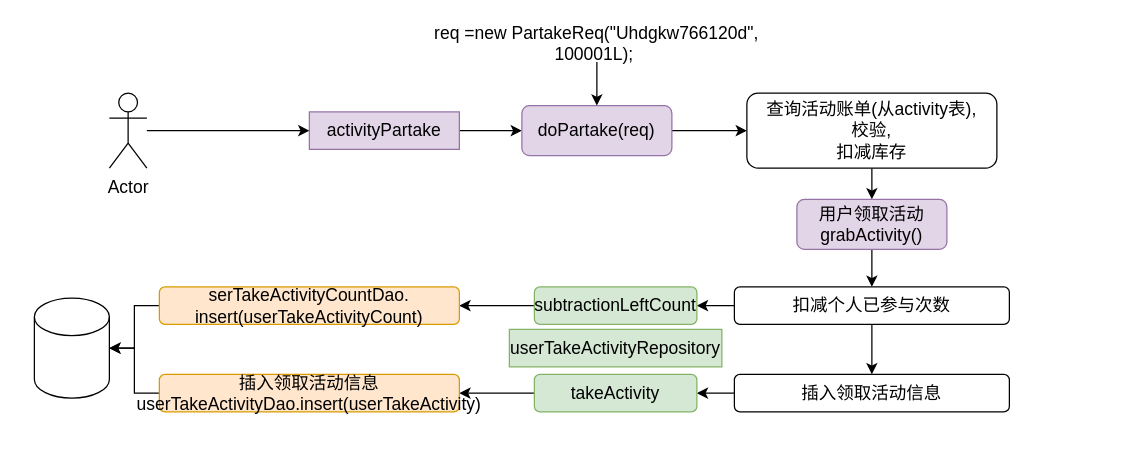
Before: 领取活动.drawio in TouyamaRie/My_pictures, a draw.io diagram. Source tidied: cells renumbered, new cells numbered last; positions are measured from the earlier drawing's top-left corner, leaving out a move shared by most shapes. Both pictures are drawn from the tidied source at 125%, with x=0, y=0 at pixel (34, 24).
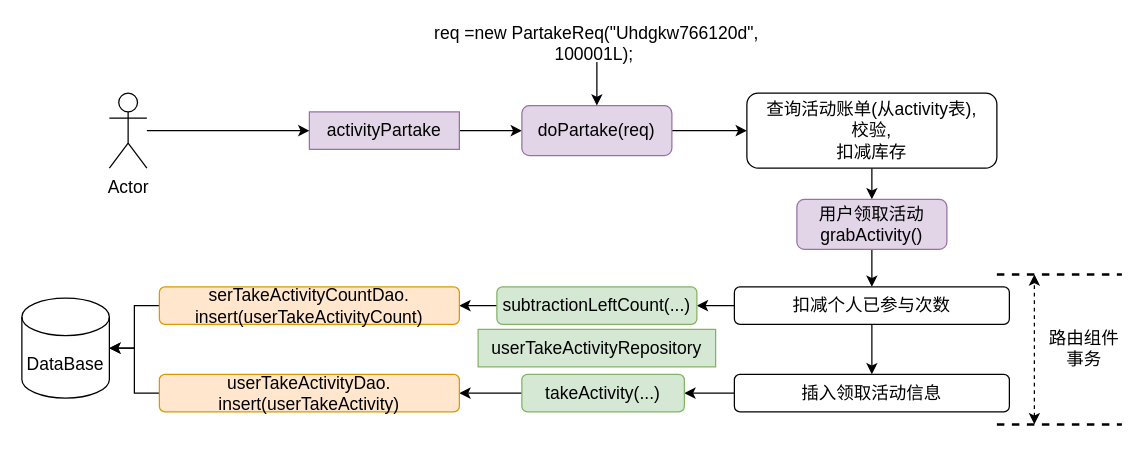
Above is the later version.

Commit message:
更新领取活动.drawio

Change to the diagram source:
```diff
@@
     <mxCell id="17" value="userTakeActivityRepository" style="rounded=0;whiteSpace=wrap;html=1;fillColor=#d5e8d4;strokeColor=#82b366;strokeWidth=1;fontSize=14;fontStyle=0;" parent="1" vertex="1">
-      <mxGeometry x="380" y="244" width="170" height="30" as="geometry" />
+      <mxGeometry x="355" y="244" width="190" height="30" as="geometry" />
     </mxCell>
@@
-    <mxCell id="19" value="subtractionLeftCount" style="rounded=1;whiteSpace=wrap;html=1;fillColor=#d5e8d4;strokeColor=#82b366;strokeWidth=1;fontSize=14;fontStyle=0;" parent="1" vertex="1">
-      <mxGeometry x="400" y="210" width="130" height="30" as="geometry" />
+    <mxCell id="19" value="subtractionLeftCount(...)" style="rounded=1;whiteSpace=wrap;html=1;fillColor=#d5e8d4;strokeColor=#82b366;strokeWidth=1;fontSize=14;fontStyle=0;" parent="1" vertex="1">
+      <mxGeometry x="370" y="210" width="160" height="30" as="geometry" />
     </mxCell>
@@
-    <mxCell id="21" value="takeActivity" style="rounded=1;whiteSpace=wrap;html=1;fillColor=#d5e8d4;strokeColor=#82b366;strokeWidth=1;fontSize=14;fontStyle=0;" parent="1" vertex="1">
-      <mxGeometry x="400" y="280" width="130" height="30" as="geometry" />
+    <mxCell id="21" value="takeActivity(...)" style="rounded=1;whiteSpace=wrap;html=1;fillColor=#d5e8d4;strokeColor=#82b366;strokeWidth=1;fontSize=14;fontStyle=0;" parent="1" vertex="1">
+      <mxGeometry x="390" y="280" width="130" height="30" as="geometry" />
     </mxCell>
@@
-    <mxCell id="25" value="插入领取活动信息&lt;br style=&quot;font-size: 14px;&quot;&gt;userTakeActivityDao.insert(userTakeActivity)" style="rounded=1;whiteSpace=wrap;html=1;fillColor=#ffe6cc;strokeColor=#d79b00;strokeWidth=1;fontSize=14;fontStyle=0;" parent="1" vertex="1">
+    <mxCell id="25" value="userTakeActivityDao.&lt;br&gt;insert(userTakeActivity)" style="rounded=1;whiteSpace=wrap;html=1;fillColor=#ffe6cc;strokeColor=#d79b00;strokeWidth=1;fontSize=14;fontStyle=0;" parent="1" vertex="1">
       <mxGeometry x="100" y="280" width="240" height="30" as="geometry" />
     </mxCell>
@@
-    <mxCell id="28" style="shape=cylinder3;whiteSpace=wrap;html=1;boundedLbl=1;backgroundOutline=1;size=15;strokeWidth=1;fontSize=14;fontStyle=0;" parent="1" vertex="1">
-      <mxGeometry y="219" width="60" height="80" as="geometry" />
+    <mxCell id="28" value="DataBase" style="shape=cylinder3;whiteSpace=wrap;html=1;boundedLbl=1;backgroundOutline=1;size=15;strokeWidth=1;fontSize=14;fontStyle=0;" parent="1" vertex="1">
+      <mxGeometry x="-10" y="219" width="70" height="80" as="geometry" />
     </mxCell>
+    <mxCell id="29" style="endArrow=none;html=1;rounded=0;dashed=1;strokeWidth=2;" parent="1" edge="1">
+      <mxGeometry relative="1" as="geometry">
+        <mxPoint x="770" y="200" as="sourcePoint" />
+        <mxPoint x="870" y="200" as="targetPoint" />
+      </mxGeometry>
+    </mxCell>
+    <mxCell id="30" style="endArrow=none;html=1;rounded=0;dashed=1;strokeWidth=2;" parent="1" edge="1">
+      <mxGeometry relative="1" as="geometry">
+        <mxPoint x="770" y="320" as="sourcePoint" />
+        <mxPoint x="870" y="320" as="targetPoint" />
+      </mxGeometry>
+    </mxCell>
+    <mxCell id="31" style="endArrow=classic;startArrow=classic;html=1;rounded=0;dashed=1;" parent="1" edge="1">
+      <mxGeometry relative="1" as="geometry">
+        <mxPoint x="800" y="320" as="sourcePoint" />
+        <mxPoint x="800" y="200" as="targetPoint" />
+      </mxGeometry>
+    </mxCell>
+    <mxCell id="32" value="路由组件事务" style="text;html=1;strokeColor=none;fillColor=none;align=center;verticalAlign=middle;whiteSpace=wrap;rounded=0;fontSize=14;" parent="1" vertex="1">
+      <mxGeometry x="810" y="224" width="60" height="70" as="geometry" />
+    </mxCell>
```
